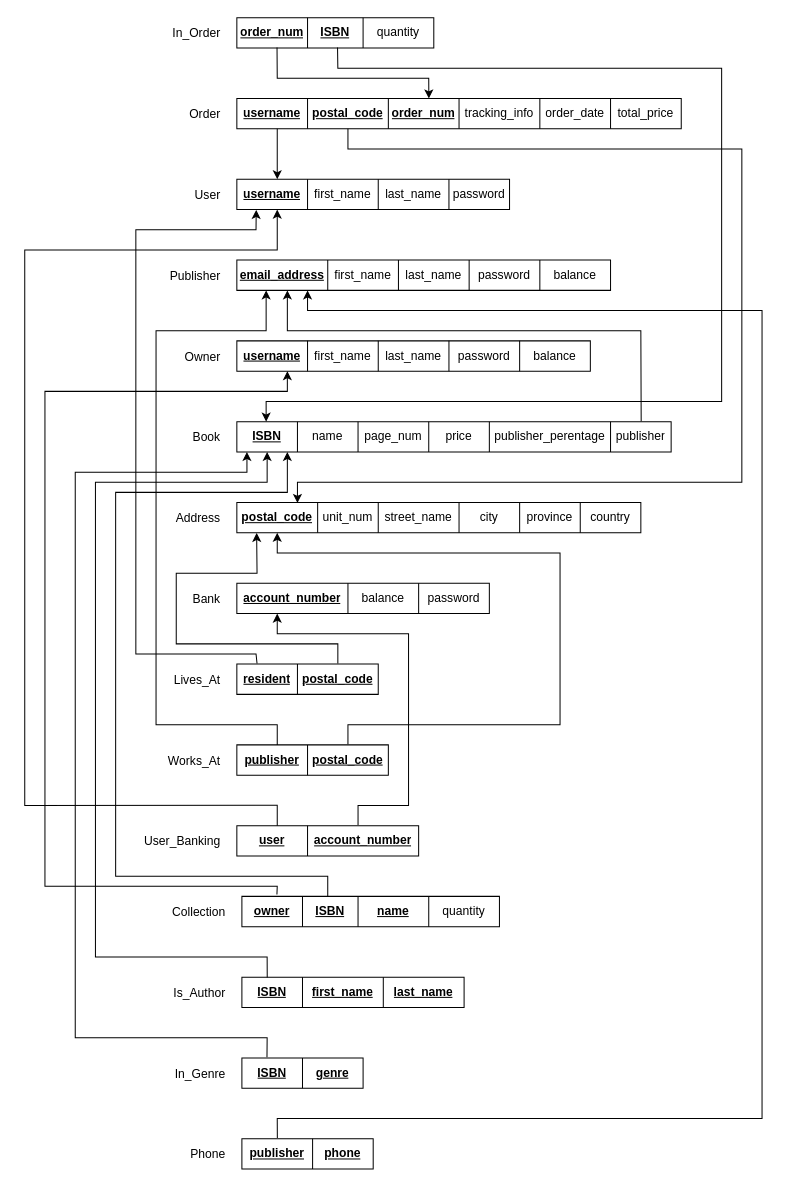
The draw.io diagram Diagrams/2.2 Reduction to Relation Schema.drawio in MiniEinsteinD/BookStore, before the edit. Source tidied: cells renumbered, new cells numbered last; positions are measured from the earlier drawing's top-left corner, leaving out a move shared by most shapes. Both pictures are drawn from the tidied source at 101%, with x=0, y=0 at pixel (24, 17).
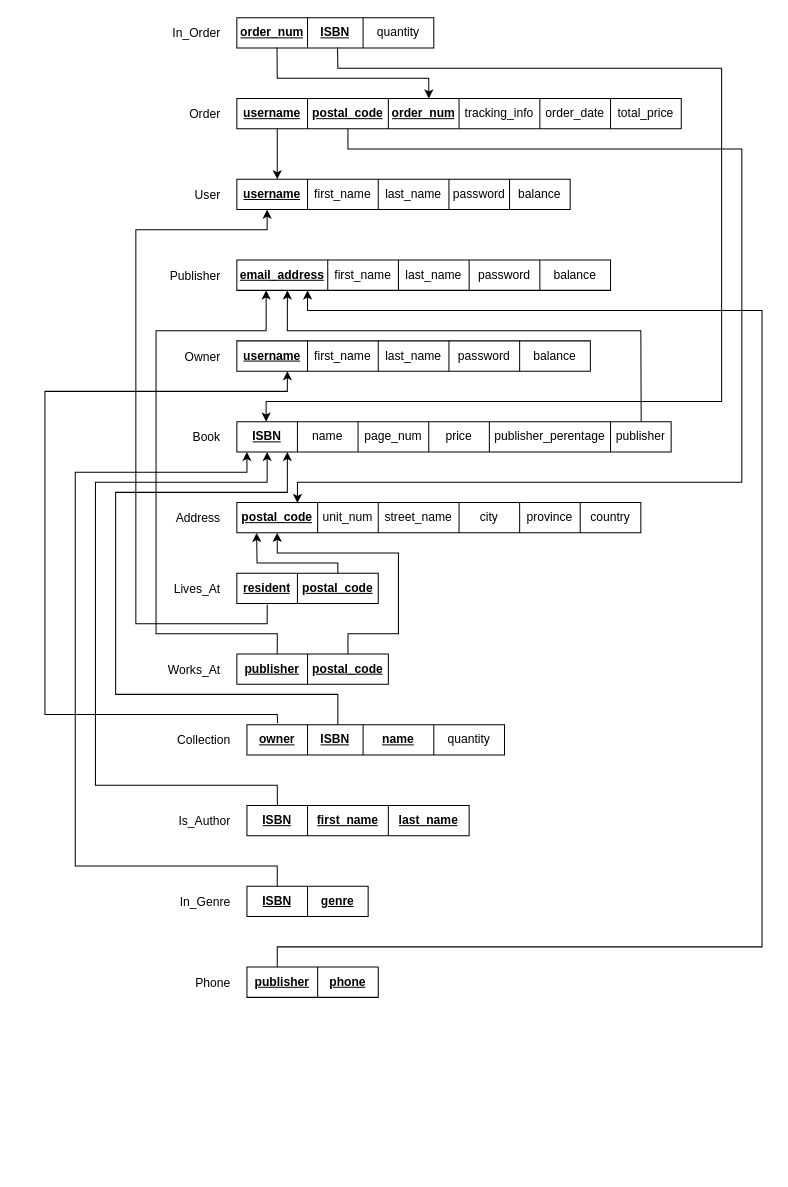
The same diagram, later.

Unchanged cells that the change refers to:
```xml
<mxCell id="35" style="shape=partialRectangle;html=1;whiteSpace=wrap;fillColor=none;top=0;left=0;bottom=0;right=0;points=[[0,0.5],[1,0.5]];portConstraint=eastwest;" parent="34" vertex="1">
  <mxGeometry width="400" height="30" as="geometry" />
</mxCell>
<mxCell id="51" style="shape=partialRectangle;html=1;whiteSpace=wrap;fillColor=none;top=0;left=0;bottom=0;right=0;points=[[0,0.5],[1,0.5]];portConstraint=eastwest;" parent="50" vertex="1">
  <mxGeometry width="140" height="30" as="geometry" />
</mxCell>
<mxCell id="58" style="shape=partialRectangle;html=1;whiteSpace=wrap;fillColor=none;top=0;left=0;bottom=0;right=0;points=[[0,0.5],[1,0.5]];portConstraint=eastwest;" parent="57" vertex="1">
  <mxGeometry width="255" height="30" as="geometry" />
</mxCell>
<mxCell id="77" style="shape=partialRectangle;html=1;whiteSpace=wrap;fillColor=none;top=0;left=0;bottom=0;right=0;points=[[0,0.5],[1,0.5]];portConstraint=eastwest;" parent="76" vertex="1">
  <mxGeometry width="220" height="30" as="geometry" />
</mxCell>
<mxCell id="83" style="shape=partialRectangle;html=1;whiteSpace=wrap;fillColor=none;top=0;left=0;bottom=0;right=0;points=[[0,0.5],[1,0.5]];portConstraint=eastwest;" parent="82" vertex="1">
  <mxGeometry width="120" height="30" as="geometry" />
</mxCell>
<mxCell id="90" style="shape=partialRectangle;html=1;whiteSpace=wrap;fillColor=none;top=0;left=0;bottom=0;right=0;points=[[0,0.5],[1,0.5]];portConstraint=eastwest;" parent="89" vertex="1">
  <mxGeometry width="130" height="30" as="geometry" />
</mxCell>
```

What changed in the source:
```diff
@@
     <mxCell id="2" style="shape=table;html=1;whiteSpace=wrap;startSize=0;childLayout=tableLayout;" parent="1" vertex="1">
-      <mxGeometry x="210" y="160" width="270" height="30" as="geometry" />
+      <mxGeometry x="210" y="160" width="330" height="30" as="geometry" />
     </mxCell>
     <mxCell id="3" style="shape=partialRectangle;html=1;whiteSpace=wrap;fillColor=none;top=0;left=0;bottom=0;right=0;points=[[0,0.5],[1,0.5]];portConstraint=eastwest;" parent="2" vertex="1">
-      <mxGeometry width="270" height="30" as="geometry" />
+      <mxGeometry width="330" height="30" as="geometry" />
     </mxCell>
@@
+    <mxCell id="46" value="balance" style="shape=partialRectangle;html=1;whiteSpace=wrap;fillColor=none;top=0;left=0;bottom=0;right=0;overflow=hidden;" parent="3" vertex="1">
+      <mxGeometry x="270" width="60" height="30" as="geometry" />
+    </mxCell>
@@
-    <mxCell id="43" style="shape=table;html=1;whiteSpace=wrap;startSize=0;childLayout=tableLayout;" parent="1" vertex="1">
-      <mxGeometry x="210" y="560" width="250" height="30" as="geometry" />
-    </mxCell>
-    <mxCell id="44" style="shape=partialRectangle;html=1;whiteSpace=wrap;fillColor=none;top=0;left=0;bottom=0;right=0;" parent="43" vertex="1">
-      <mxGeometry width="250" height="30" as="geometry" />
-    </mxCell>
-    <mxCell id="45" value="&lt;b&gt;account_number&lt;/b&gt;" style="shape=partialRectangle;html=1;whiteSpace=wrap;fillColor=none;top=0;left=0;bottom=0;right=0;overflow=hidden;fontStyle=4;" parent="44" vertex="1">
-      <mxGeometry width="110" height="30" as="geometry" />
-    </mxCell>
-    <mxCell id="46" value="balance" style="shape=partialRectangle;html=1;whiteSpace=wrap;fillColor=none;top=0;left=0;bottom=0;right=0;overflow=hidden;" parent="44" vertex="1">
-      <mxGeometry x="110" width="70" height="30" as="geometry" />
-    </mxCell>
-    <mxCell id="47" value="password" style="shape=partialRectangle;html=1;whiteSpace=wrap;fillColor=none;top=0;left=0;bottom=0;right=0;overflow=hidden;" parent="44" vertex="1">
-      <mxGeometry x="180" width="70" height="30" as="geometry" />
-    </mxCell>
-    <mxCell id="48" value="Bank" style="text;strokeColor=none;fillColor=none;align=right;verticalAlign=middle;spacingLeft=4;spacingRight=4;overflow=hidden;" parent="1" vertex="1">
-      <mxGeometry x="120" y="560" width="80" height="30" as="geometry" />
-    </mxCell>
@@
     <mxCell id="50" style="shape=table;html=1;whiteSpace=wrap;startSize=0;childLayout=tableLayout;" parent="1" vertex="1">
-      <mxGeometry x="210" y="640" width="140" height="30" as="geometry" />
+      <mxGeometry x="210" y="550" width="140" height="30" as="geometry" />
     </mxCell>
@@
     <mxCell id="54" value="Lives_At" style="text;strokeColor=none;fillColor=none;align=right;verticalAlign=middle;spacingLeft=4;spacingRight=4;overflow=hidden;" parent="1" vertex="1">
-      <mxGeometry x="120" y="640" width="80" height="30" as="geometry" />
+      <mxGeometry x="120" y="550" width="80" height="30" as="geometry" />
     </mxCell>
-    <mxCell id="55" style="endArrow=classic;html=1;rounded=0;entryX=0.071;entryY=1.011;entryDx=0;entryDy=0;entryPerimeter=0;" parent="1" edge="1" target="3">
+    <mxCell id="55" style="endArrow=classic;html=1;rounded=0;exitX=0.215;exitY=1.03;exitDx=0;exitDy=0;exitPerimeter=0;" parent="1" edge="1" source="51">
       <mxGeometry relative="1" as="geometry">
-        <mxPoint x="230" y="639.5" as="sourcePoint" />
+        <mxPoint x="240" y="190" as="targetPoint" />
         <Array as="points">
-          <mxPoint x="229" y="630" />
-          <mxPoint x="110" y="630" />
+          <mxPoint x="240" y="600" />
+          <mxPoint x="110" y="600" />
           <mxPoint x="110" y="210" />
-          <mxPoint x="229" y="210" />
+          <mxPoint x="240" y="210" />
         </Array>
       </mxGeometry>
     </mxCell>
     <mxCell id="56" style="endArrow=classic;html=1;rounded=0;entryX=0.049;entryY=1.004;entryDx=0;entryDy=0;entryPerimeter=0;" parent="1" edge="1" target="35">
       <mxGeometry relative="1" as="geometry">
-        <mxPoint x="310" y="639.5" as="sourcePoint" />
+        <mxPoint x="310" y="550" as="sourcePoint" />
         <Array as="points">
-          <mxPoint x="310" y="620" />
-          <mxPoint x="150" y="620" />
-          <mxPoint x="150" y="550" />
-          <mxPoint x="230" y="550" />
+          <mxPoint x="310" y="540" />
+          <mxPoint x="230" y="540" />
         </Array>
       </mxGeometry>
     </mxCell>
     <mxCell id="57" style="shape=table;html=1;whiteSpace=wrap;startSize=0;childLayout=tableLayout;" parent="1" vertex="1">
-      <mxGeometry x="215" y="870" width="255" height="30" as="geometry" />
+      <mxGeometry x="220" y="700" width="255" height="30" as="geometry" />
     </mxCell>
@@
     <mxCell id="63" value="Collection" style="text;strokeColor=none;fillColor=none;align=right;verticalAlign=middle;spacingLeft=4;spacingRight=4;overflow=hidden;" parent="1" vertex="1">
-      <mxGeometry x="125" y="870" width="80" height="30" as="geometry" />
+      <mxGeometry x="130" y="700" width="80" height="30" as="geometry" />
     </mxCell>
-    <mxCell id="64" style="endArrow=classic;html=1;rounded=0;exitX=0.136;exitY=-0.065;exitDx=0;exitDy=0;exitPerimeter=0;" parent="1" edge="1" source="58">
+    <mxCell id="64" style="endArrow=classic;html=1;rounded=0;exitX=0.119;exitY=-0.044;exitDx=0;exitDy=0;exitPerimeter=0;" parent="1" edge="1" source="58">
       <mxGeometry relative="1" as="geometry">
         <mxPoint x="260" y="350" as="targetPoint" />
         <Array as="points">
-          <mxPoint x="250" y="860" />
-          <mxPoint x="20" y="860" />
+          <mxPoint x="250" y="690" />
+          <mxPoint x="20" y="690" />
           <mxPoint x="20" y="370" />
           <mxPoint x="260" y="370" />
         </Array>
       </mxGeometry>
     </mxCell>
     <mxCell id="65" style="endArrow=classic;html=1;rounded=0;" parent="1" edge="1">
       <mxGeometry relative="1" as="geometry">
-        <mxPoint x="300" y="870" as="sourcePoint" />
+        <mxPoint x="310" y="700" as="sourcePoint" />
         <mxPoint x="260" y="430" as="targetPoint" />
         <Array as="points">
-          <mxPoint x="300" y="850" />
-          <mxPoint x="90" y="850" />
+          <mxPoint x="310" y="670" />
+          <mxPoint x="90" y="670" />
           <mxPoint x="90" y="470" />
           <mxPoint x="260" y="470" />
         </Array>
       </mxGeometry>
     </mxCell>
@@
     <mxCell id="76" style="shape=table;html=1;whiteSpace=wrap;startSize=0;childLayout=tableLayout;" parent="1" vertex="1">
-      <mxGeometry x="215" y="950" width="220" height="30" as="geometry" />
+      <mxGeometry x="220" y="780" width="220" height="30" as="geometry" />
     </mxCell>
@@
     <mxCell id="81" value="Is_Author" style="text;strokeColor=none;fillColor=none;align=right;verticalAlign=middle;spacingLeft=4;spacingRight=4;overflow=hidden;" parent="1" vertex="1">
-      <mxGeometry x="125" y="950" width="80" height="30" as="geometry" />
+      <mxGeometry x="130" y="780" width="80" height="30" as="geometry" />
     </mxCell>
     <mxCell id="82" style="shape=table;html=1;whiteSpace=wrap;startSize=0;childLayout=tableLayout;" parent="1" vertex="1">
-      <mxGeometry x="215" y="1030" width="120" height="30" as="geometry" />
+      <mxGeometry x="220" y="860" width="120" height="30" as="geometry" />
     </mxCell>
@@
     <mxCell id="86" value="In_Genre" style="text;strokeColor=none;fillColor=none;align=right;verticalAlign=middle;spacingLeft=4;spacingRight=4;overflow=hidden;" parent="1" vertex="1">
-      <mxGeometry x="125" y="1030" width="80" height="30" as="geometry" />
+      <mxGeometry x="130" y="860" width="80" height="30" as="geometry" />
     </mxCell>
-    <mxCell id="87" style="endArrow=classic;html=1;rounded=0;exitX=0.114;exitY=0.014;exitDx=0;exitDy=0;exitPerimeter=0;" parent="1" edge="1" source="77">
+    <mxCell id="87" style="endArrow=classic;html=1;rounded=0;exitX=0.137;exitY=-0.008;exitDx=0;exitDy=0;exitPerimeter=0;" parent="1" edge="1" source="77">
       <mxGeometry relative="1" as="geometry">
         <mxPoint x="240" y="430" as="targetPoint" />
         <Array as="points">
-          <mxPoint x="240" y="930" />
-          <mxPoint x="70" y="930" />
+          <mxPoint x="250" y="760" />
+          <mxPoint x="70" y="760" />
           <mxPoint x="70" y="460" />
           <mxPoint x="240" y="460" />
         </Array>
       </mxGeometry>
     </mxCell>
-    <mxCell id="88" style="endArrow=classic;html=1;rounded=0;exitX=0.207;exitY=-0.02;exitDx=0;exitDy=0;exitPerimeter=0;" parent="1" edge="1" source="83">
+    <mxCell id="88" style="endArrow=classic;html=1;rounded=0;exitX=0.25;exitY=-0.007;exitDx=0;exitDy=0;exitPerimeter=0;" parent="1" edge="1" source="83">
       <mxGeometry relative="1" as="geometry">
         <mxPoint x="220" y="430" as="targetPoint" />
         <Array as="points">
-          <mxPoint x="240" y="1010" />
-          <mxPoint x="50" y="1010" />
+          <mxPoint x="250" y="840" />
+          <mxPoint x="50" y="840" />
           <mxPoint x="50" y="450" />
           <mxPoint x="220" y="450" />
         </Array>
       </mxGeometry>
     </mxCell>
     <mxCell id="89" style="shape=table;html=1;whiteSpace=wrap;startSize=0;childLayout=tableLayout;" parent="1" vertex="1">
-      <mxGeometry x="215" y="1110" width="130" height="30" as="geometry" />
+      <mxGeometry x="220" y="940" width="130" height="30" as="geometry" />
     </mxCell>
@@
     <mxCell id="93" value="Phone" style="text;strokeColor=none;fillColor=none;align=right;verticalAlign=middle;spacingLeft=4;spacingRight=4;overflow=hidden;" parent="1" vertex="1">
-      <mxGeometry x="125" y="1110" width="80" height="30" as="geometry" />
+      <mxGeometry x="130" y="940" width="80" height="30" as="geometry" />
     </mxCell>
-    <mxCell id="94" style="endArrow=classic;html=1;rounded=0;exitX=0.27;exitY=-0.026;exitDx=0;exitDy=0;exitPerimeter=0;" parent="1" edge="1" source="90">
+    <mxCell id="94" style="endArrow=classic;html=1;rounded=0;" parent="1" edge="1">
       <mxGeometry relative="1" as="geometry">
+        <mxPoint x="250" y="940" as="sourcePoint" />
         <mxPoint x="280" y="270" as="targetPoint" />
         <Array as="points">
-          <mxPoint x="250" y="1090" />
-          <mxPoint x="730" y="1090" />
+          <mxPoint x="250" y="920" />
+          <mxPoint x="730" y="920" />
           <mxPoint x="730" y="290" />
           <mxPoint x="280" y="290" />
         </Array>
       </mxGeometry>
     </mxCell>
     <mxCell id="95" style="shape=table;html=1;whiteSpace=wrap;startSize=0;childLayout=tableLayout;" parent="1" vertex="1">
-      <mxGeometry x="210" y="720" width="150" height="30" as="geometry" />
+      <mxGeometry x="210" y="630" width="150" height="30" as="geometry" />
     </mxCell>
@@
     <mxCell id="99" value="Works_At" style="text;strokeColor=none;fillColor=none;align=right;verticalAlign=middle;spacingLeft=4;spacingRight=4;overflow=hidden;" parent="1" vertex="1">
-      <mxGeometry x="120" y="720" width="80" height="30" as="geometry" />
+      <mxGeometry x="120" y="630" width="80" height="30" as="geometry" />
     </mxCell>
-    <mxCell id="100" style="shape=table;html=1;whiteSpace=wrap;startSize=0;childLayout=tableLayout;" parent="1" vertex="1">
-      <mxGeometry x="210" y="800" width="180" height="30" as="geometry" />
-    </mxCell>
-    <mxCell id="101" style="shape=partialRectangle;html=1;whiteSpace=wrap;fillColor=none;top=0;left=0;bottom=0;right=0;" parent="100" vertex="1">
-      <mxGeometry width="180" height="30" as="geometry" />
-    </mxCell>
-    <mxCell id="102" value="&lt;b&gt;user&lt;/b&gt;" style="shape=partialRectangle;html=1;whiteSpace=wrap;fillColor=none;top=0;left=0;bottom=0;right=0;overflow=hidden;fontStyle=4;" parent="101" vertex="1">
-      <mxGeometry width="70" height="30" as="geometry" />
-    </mxCell>
-    <mxCell id="103" value="&lt;u&gt;&lt;b&gt;account_number&lt;/b&gt;&lt;/u&gt;" style="shape=partialRectangle;html=1;whiteSpace=wrap;fillColor=none;top=0;left=0;bottom=0;right=0;overflow=hidden;" parent="101" vertex="1">
-      <mxGeometry x="70" width="110" height="30" as="geometry" />
-    </mxCell>
-    <mxCell id="104" value="User_Banking" style="text;strokeColor=none;fillColor=none;align=right;verticalAlign=middle;spacingLeft=4;spacingRight=4;overflow=hidden;" parent="1" vertex="1">
-      <mxGeometry x="110" y="800" width="90" height="30" as="geometry" />
-    </mxCell>
     <mxCell id="105" style="endArrow=classic;html=1;rounded=0;" parent="1" edge="1">
       <mxGeometry relative="1" as="geometry">
-        <mxPoint x="250" y="720" as="sourcePoint" />
+        <mxPoint x="250" y="630" as="sourcePoint" />
         <mxPoint x="239" y="270" as="targetPoint" />
         <Array as="points">
-          <mxPoint x="250" y="700" />
-          <mxPoint x="130" y="700" />
+          <mxPoint x="250" y="610" />
+          <mxPoint x="130" y="610" />
           <mxPoint x="130" y="310" />
           <mxPoint x="239" y="310" />
         </Array>
       </mxGeometry>
     </mxCell>
     <mxCell id="106" style="endArrow=classic;html=1;rounded=0;" parent="1" edge="1">
       <mxGeometry relative="1" as="geometry">
-        <mxPoint x="320" y="719.4" as="sourcePoint" />
+        <mxPoint x="320" y="630" as="sourcePoint" />
         <mxPoint x="250" y="510" as="targetPoint" />
         <Array as="points">
-          <mxPoint x="320" y="700" />
-          <mxPoint x="530" y="700" />
-          <mxPoint x="530" y="530" />
+          <mxPoint x="320" y="610" />
+          <mxPoint x="370" y="610" />
+          <mxPoint x="370" y="530" />
           <mxPoint x="250" y="530" />
         </Array>
       </mxGeometry>
     </mxCell>
-    <mxCell id="107" style="endArrow=classic;html=1;rounded=0;" parent="1" edge="1">
-      <mxGeometry relative="1" as="geometry">
-        <mxPoint x="250" y="800" as="sourcePoint" />
-        <mxPoint x="250" y="190" as="targetPoint" />
-        <Array as="points">
-          <mxPoint x="250" y="779.7" />
-          <mxPoint y="780" />
-          <mxPoint y="230" />
-          <mxPoint x="250" y="230" />
-        </Array>
-      </mxGeometry>
-    </mxCell>
-    <mxCell id="108" style="endArrow=classic;html=1;rounded=0;" parent="1" edge="1">
-      <mxGeometry relative="1" as="geometry">
-        <mxPoint x="330" y="799.4" as="sourcePoint" />
-        <mxPoint x="250" y="590" as="targetPoint" />
-        <Array as="points">
-          <mxPoint x="330" y="780" />
-          <mxPoint x="380" y="780" />
-          <mxPoint x="380" y="610" />
-          <mxPoint x="250" y="610" />
-        </Array>
-      </mxGeometry>
-    </mxCell>
```
